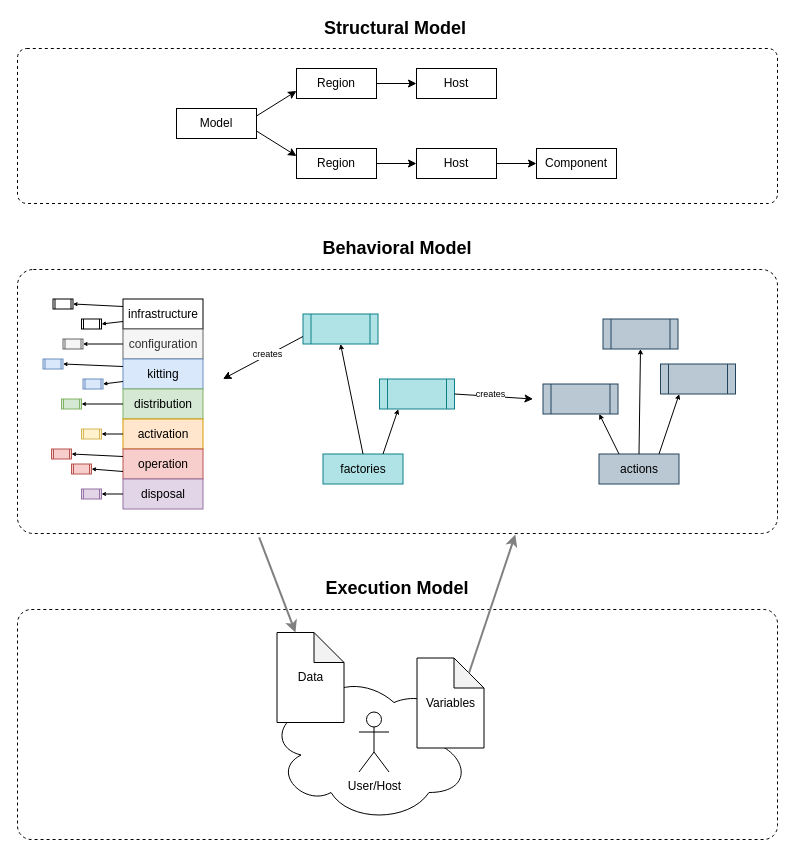
This is docs/drawio/0.4.architecture.drawio from openziti/fablab, a draw.io file, before an edit. Source tidied: cells renumbered, new cells numbered last; positions are measured from the earlier drawing's top-left corner, leaving out a move shared by most shapes. Both pictures are drawn from the tidied source at 100%, with x=0, y=0 at pixel (17, 18).
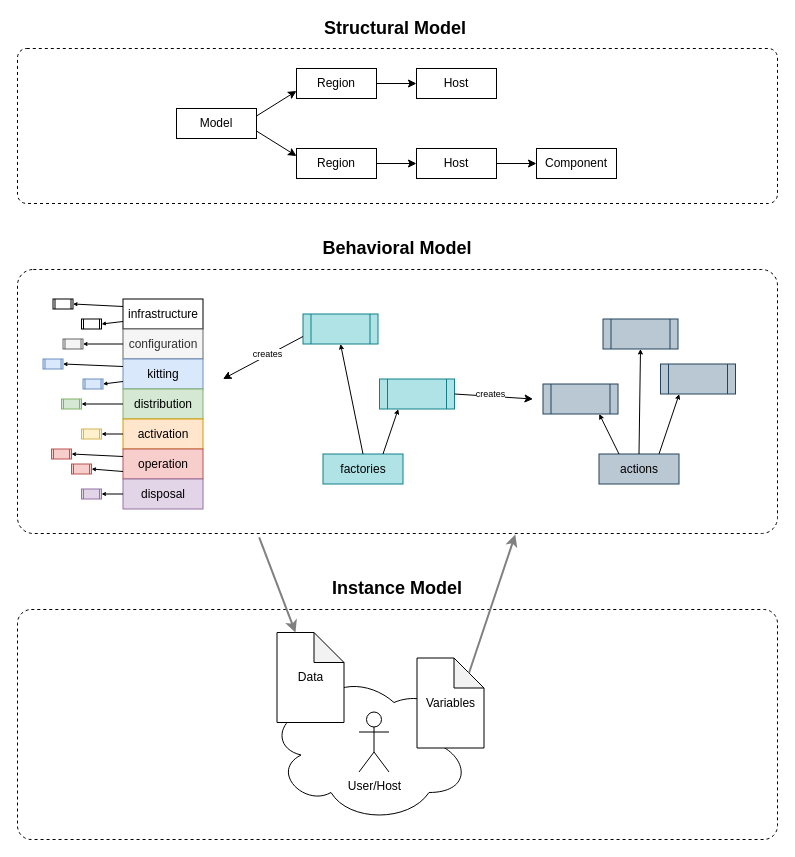
The same page after the edit.

Change to the diagram source:
```diff
@@
-    <mxCell id="66" value="&lt;font style=&quot;font-size: 18px&quot;&gt;&lt;b&gt;Execution Model&lt;/b&gt;&lt;/font&gt;" style="text;html=1;strokeColor=none;fillColor=none;align=center;verticalAlign=middle;whiteSpace=wrap;rounded=0;dashed=1;fontFamily=Helvetica;fontSize=9;fontColor=#000000;" parent="1" vertex="1">
+    <mxCell id="66" value="&lt;span style=&quot;font-size: 18px&quot;&gt;&lt;b&gt;Instance Model&lt;/b&gt;&lt;/span&gt;" style="text;html=1;strokeColor=none;fillColor=none;align=center;verticalAlign=middle;whiteSpace=wrap;rounded=0;dashed=1;fontFamily=Helvetica;fontSize=9;fontColor=#000000;" parent="1" vertex="1">
       <mxGeometry x="300" y="560" width="160" height="20" as="geometry" />
     </mxCell>
```
